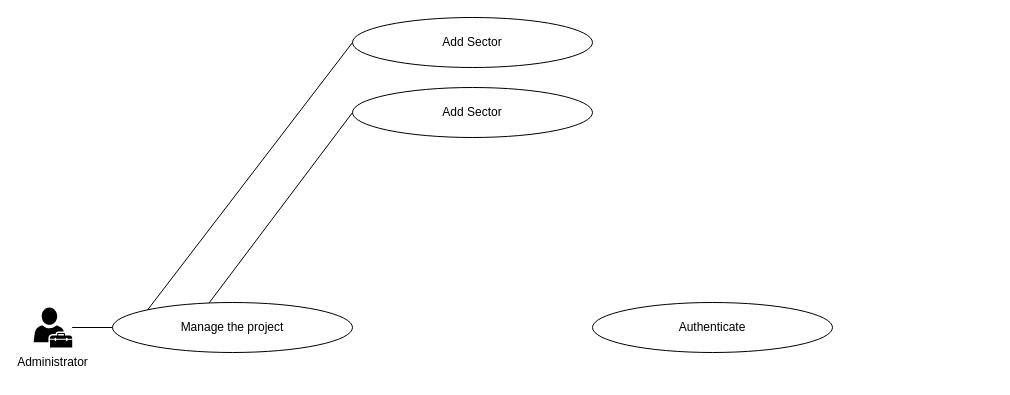
The draw.io diagram Diagramme du cas d’utilisation.drawio in BenHelal/controleMudancas, before the edit. Source tidied: cells renumbered, new cells numbered last; positions are measured from the earlier drawing's top-left corner, leaving out a move shared by most shapes. Both pictures are drawn from the tidied source at 100%, with x=0, y=0 at pixel (22, 17).
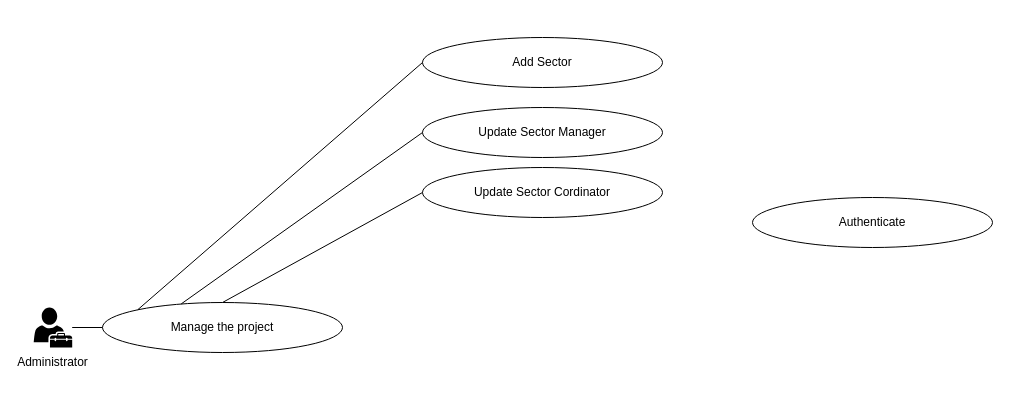
Above is the later version.

The edit, as a diff of the source:
```diff
@@
 <mxGraphModel>
   <root>
     <mxCell id="0" />
     <mxCell id="1" parent="0" />
     <mxCell id="2" style="sketch=0;shadow=0;dashed=0;html=1;strokeColor=none;fillColor=#000000;labelPosition=center;verticalLabelPosition=bottom;verticalAlign=top;outlineConnect=0;align=center;shape=mxgraph.office.users.tenant_admin;" parent="1" vertex="1">
       <mxGeometry x="11.2" y="290" width="38.5" height="40" as="geometry" />
     </mxCell>
     <mxCell id="3" value="Administrator" style="text;html=1;strokeColor=none;fillColor=none;align=center;verticalAlign=middle;whiteSpace=wrap;rounded=0;" parent="1" vertex="1">
       <mxGeometry y="330" width="61" height="30" as="geometry" />
     </mxCell>
     <mxCell id="4" value="Manage the project" style="ellipse;whiteSpace=wrap;html=1;" parent="1" vertex="1">
-      <mxGeometry x="90" y="285" width="240" height="50" as="geometry" />
+      <mxGeometry x="80" y="285" width="240" height="50" as="geometry" />
     </mxCell>
     <mxCell id="5" style="endArrow=none;html=1;rounded=0;entryX=0;entryY=0.5;entryDx=0;entryDy=0;" parent="1" edge="1" source="2" target="4">
       <mxGeometry relative="1" as="geometry" />
     </mxCell>
     <mxCell id="6" value="Authenticate" style="ellipse;whiteSpace=wrap;html=1;" parent="1" vertex="1">
-      <mxGeometry x="570" y="285" width="240" height="50" as="geometry" />
+      <mxGeometry x="730" y="180" width="240" height="50" as="geometry" />
     </mxCell>
     <mxCell id="7" value="Add Sector" style="ellipse;whiteSpace=wrap;html=1;" parent="1" vertex="1">
-      <mxGeometry x="330" width="240" height="50" as="geometry" />
+      <mxGeometry x="400" y="20" width="240" height="50" as="geometry" />
     </mxCell>
     <mxCell id="8" style="endArrow=none;html=1;rounded=0;entryX=0;entryY=0.5;entryDx=0;entryDy=0;exitX=0;exitY=0;exitDx=0;exitDy=0;" parent="1" edge="1" source="4" target="7">
       <mxGeometry relative="1" as="geometry" />
     </mxCell>
-    <mxCell id="9" value="Add Sector" style="ellipse;whiteSpace=wrap;html=1;" parent="1" vertex="1">
-      <mxGeometry x="330" y="70" width="240" height="50" as="geometry" />
+    <mxCell id="9" value="Update Sector Manager" style="ellipse;whiteSpace=wrap;html=1;" parent="1" vertex="1">
+      <mxGeometry x="400" y="90" width="240" height="50" as="geometry" />
     </mxCell>
-    <mxCell id="10" style="endArrow=none;html=1;rounded=0;entryX=0;entryY=0.5;entryDx=0;entryDy=0;exitX=0.402;exitY=0.012;exitDx=0;exitDy=0;exitPerimeter=0;" parent="1" edge="1" source="4" target="9">
+    <mxCell id="10" style="endArrow=none;html=1;rounded=0;entryX=0;entryY=0.5;entryDx=0;entryDy=0;exitX=0.328;exitY=0.028;exitDx=0;exitDy=0;exitPerimeter=0;" parent="1" edge="1" source="4" target="9">
       <mxGeometry relative="1" as="geometry" />
     </mxCell>
+    <mxCell id="11" value="Update Sector Cordinator" style="ellipse;whiteSpace=wrap;html=1;" parent="1" vertex="1">
+      <mxGeometry x="400" y="150" width="240" height="50" as="geometry" />
+    </mxCell>
+    <mxCell id="12" style="endArrow=none;html=1;rounded=0;entryX=0;entryY=0.5;entryDx=0;entryDy=0;exitX=0.5;exitY=0;exitDx=0;exitDy=0;" parent="1" edge="1" source="4" target="11">
+      <mxGeometry relative="1" as="geometry" />
+    </mxCell>
   </root>
 </mxGraphModel>
```
